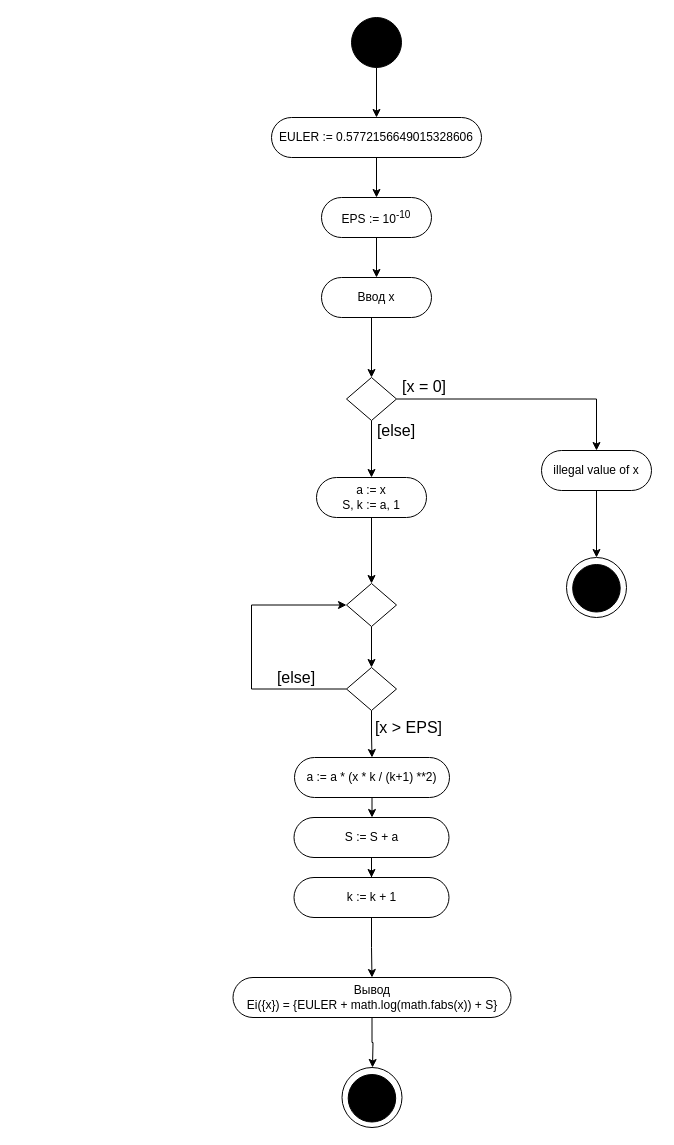
ilya0693/Lab3 keeps this draw.io diagram as individual2-variant-7.drawio. Above is the earlier version. Source tidied: cells renumbered, new cells numbered last; positions are measured from the earlier drawing's top-left corner, leaving out a move shared by most shapes. Both pictures are drawn from the tidied source at 100%, with x=0, y=0 at pixel (233, 17).
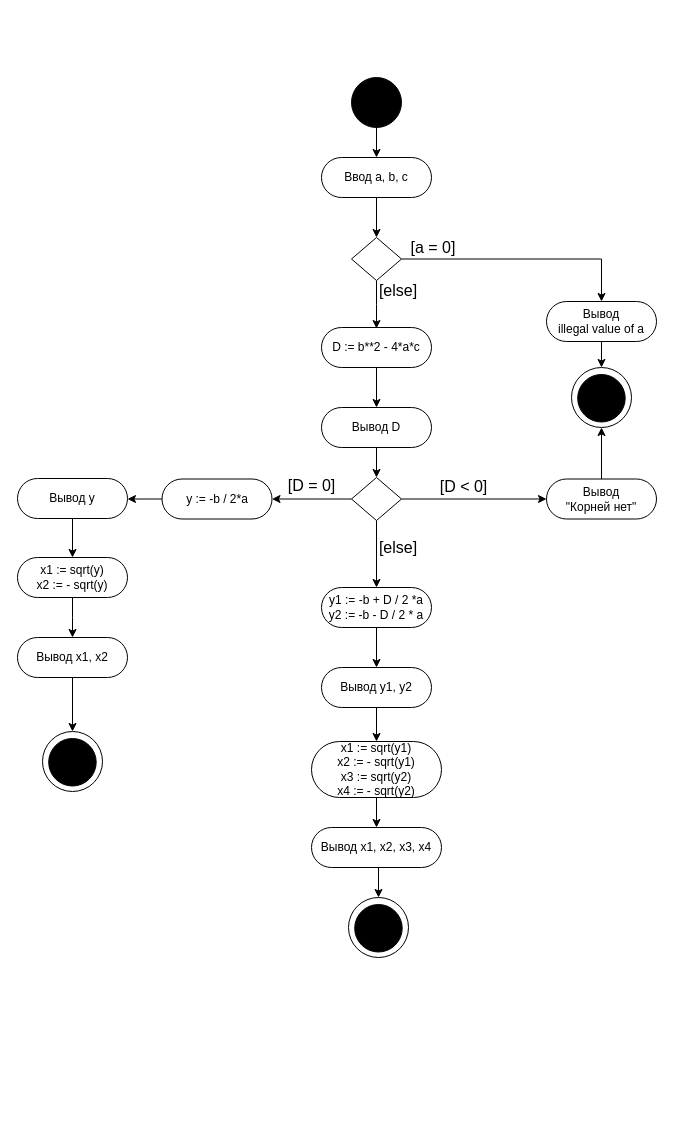
The same diagram, later.

Unchanged cells that the change refers to:
```xml
<mxCell id="14" style="ellipse;whiteSpace=wrap;html=1;gradientColor=none;fontSize=16;fillColor=#FFFFFF;" parent="13" vertex="1">
  <mxGeometry width="60" height="60" as="geometry" />
</mxCell>
<mxCell id="24" style="ellipse;whiteSpace=wrap;html=1;gradientColor=none;fontSize=16;fillColor=#FFFFFF;" parent="23" vertex="1">
  <mxGeometry width="60" height="60" as="geometry" />
</mxCell>
```

Change to the diagram source:
```diff
@@
-    <mxCell id="2" style="edgeStyle=orthogonalEdgeStyle;rounded=0;jettySize=auto;html=1;exitX=0.5;exitY=1;exitDx=0;exitDy=0;entryX=0.5;entryY=0;entryDx=0;entryDy=0;" parent="1" edge="1" source="3" target="28">
-      <mxGeometry relative="1" as="geometry" />
+    <mxCell id="2" style="edgeStyle=orthogonalEdgeStyle;rounded=0;jettySize=auto;html=1;exitX=0.5;exitY=1;exitDx=0;exitDy=0;entryX=0.5;entryY=0;entryDx=0;entryDy=0;" parent="1" edge="1" source="3">
+      <mxGeometry relative="1" as="geometry">
+        <mxPoint x="143" y="140" as="targetPoint" />
+      </mxGeometry>
     </mxCell>
     <mxCell id="3" style="ellipse;whiteSpace=wrap;html=1;fillColor=#000000;" parent="1" vertex="1">
-      <mxGeometry x="118" width="50" height="50" as="geometry" />
+      <mxGeometry x="118" y="60" width="50" height="50" as="geometry" />
     </mxCell>
-    <mxCell id="4" style="edgeStyle=orthogonalEdgeStyle;rounded=0;orthogonalLoop=1;jettySize=auto;html=1;exitX=0.5;exitY=1;exitDx=0;exitDy=0;" parent="1" edge="1">
-      <mxGeometry relative="1" as="geometry">
-        <mxPoint x="138" y="300" as="sourcePoint" />
-        <mxPoint x="138" y="360" as="targetPoint" />
-      </mxGeometry>
-    </mxCell>
+    <mxCell id="40" style="edgeStyle=orthogonalEdgeStyle;rounded=0;jettySize=auto;html=1;exitX=0.5;exitY=1;exitDx=0;exitDy=0;" parent="1" edge="1" source="5" target="8">
+      <mxGeometry relative="1" as="geometry" />
+    </mxCell>
-    <mxCell id="5" value="Ввод x" style="rounded=1;whiteSpace=wrap;html=1;gradientColor=none;fillColor=#FFFFFF;arcSize=50;" parent="1" vertex="1">
-      <mxGeometry x="88" y="260" width="110" height="40" as="geometry" />
+    <mxCell id="5" value="Ввод a, b, c" style="rounded=1;whiteSpace=wrap;html=1;gradientColor=none;fillColor=#FFFFFF;arcSize=50;" parent="1" vertex="1">
+      <mxGeometry x="88" y="140" width="110" height="40" as="geometry" />
     </mxCell>
@@
     <mxCell id="7" style="edgeStyle=orthogonalEdgeStyle;rounded=0;jettySize=auto;html=1;exitX=0.5;exitY=1;exitDx=0;exitDy=0;fontSize=16;" parent="1" edge="1" source="8">
       <mxGeometry relative="1" as="geometry">
-        <mxPoint x="138" y="460" as="targetPoint" />
+        <mxPoint x="143" y="311" as="targetPoint" />
       </mxGeometry>
     </mxCell>
     <mxCell id="8" style="rhombus;whiteSpace=wrap;html=1;fillColor=#FFFFFF;gradientColor=none;" parent="1" vertex="1">
-      <mxGeometry x="113" y="360" width="50" height="43" as="geometry" />
+      <mxGeometry x="118" y="220" width="50" height="43" as="geometry" />
     </mxCell>
-    <mxCell id="9" style="edgeStyle=orthogonalEdgeStyle;rounded=0;jettySize=auto;html=1;exitX=0.5;exitY=1;exitDx=0;exitDy=0;fontSize=16;" parent="1" edge="1" source="10">
-      <mxGeometry relative="1" as="geometry">
-        <mxPoint x="363" y="540" as="targetPoint" />
-      </mxGeometry>
+    <mxCell id="9" style="edgeStyle=orthogonalEdgeStyle;rounded=0;jettySize=auto;html=1;exitX=0.5;exitY=1;exitDx=0;exitDy=0;fontSize=16;entryX=0.5;entryY=0;entryDx=0;entryDy=0;" parent="1" edge="1" source="10" target="14">
+      <mxGeometry relative="1" as="geometry" />
     </mxCell>
-    <mxCell id="10" value="illegal value of x" style="rounded=1;whiteSpace=wrap;html=1;gradientColor=none;fillColor=#FFFFFF;arcSize=50;" parent="1" vertex="1">
-      <mxGeometry x="308" y="433" width="110" height="40" as="geometry" />
+    <mxCell id="10" value="Вывод&lt;br&gt;illegal value of a" style="rounded=1;whiteSpace=wrap;html=1;gradientColor=none;fillColor=#FFFFFF;arcSize=50;" parent="1" vertex="1">
+      <mxGeometry x="313" y="284" width="110" height="40" as="geometry" />
     </mxCell>
-    <mxCell id="11" value="[x = 0]" style="text;html=1;strokeColor=none;fillColor=none;align=center;verticalAlign=middle;whiteSpace=wrap;rounded=0;perimeterSpacing=0;fontSize=16;" parent="1" vertex="1">
-      <mxGeometry x="166" y="359" width="50" height="20" as="geometry" />
+    <mxCell id="11" value="[a = 0]" style="text;html=1;strokeColor=none;fillColor=none;align=center;verticalAlign=middle;whiteSpace=wrap;rounded=0;perimeterSpacing=0;fontSize=16;" parent="1" vertex="1">
+      <mxGeometry x="175" y="220" width="50" height="20" as="geometry" />
     </mxCell>
     <mxCell id="12" value="[else]" style="text;html=1;strokeColor=none;fillColor=none;align=center;verticalAlign=middle;whiteSpace=wrap;rounded=0;perimeterSpacing=0;fontSize=16;" parent="1" vertex="1">
-      <mxGeometry x="138" y="403" width="50" height="20" as="geometry" />
+      <mxGeometry x="139.5" y="263" width="50" height="20" as="geometry" />
     </mxCell>
     <mxCell id="13" style="group;" parent="1" vertex="1">
-      <mxGeometry x="333" y="540" width="60" height="60" as="geometry" />
+      <mxGeometry x="338" y="350" width="60" height="60" as="geometry" />
     </mxCell>
@@
+    <mxCell id="41" style="edgeStyle=orthogonalEdgeStyle;rounded=0;jettySize=auto;html=1;exitX=0.5;exitY=1;exitDx=0;exitDy=0;entryX=0.5;entryY=0;entryDx=0;entryDy=0;" parent="1" edge="1" source="16" target="46">
+      <mxGeometry relative="1" as="geometry" />
+    </mxCell>
-    <mxCell id="16" value="a := x&lt;br&gt;S, k := a, 1" style="rounded=1;whiteSpace=wrap;html=1;gradientColor=none;fillColor=#FFFFFF;arcSize=50;" parent="1" vertex="1">
-      <mxGeometry x="83" y="460" width="110" height="40" as="geometry" />
+    <mxCell id="16" value="D := b**2 - 4*a*c" style="rounded=1;whiteSpace=wrap;html=1;gradientColor=none;fillColor=#FFFFFF;arcSize=50;" parent="1" vertex="1">
+      <mxGeometry x="88" y="310" width="110" height="40" as="geometry" />
     </mxCell>
-    <mxCell id="17" style="edgeStyle=orthogonalEdgeStyle;rounded=0;jettySize=auto;html=1;exitX=0.5;exitY=1;exitDx=0;exitDy=0;entryX=0.5;entryY=0;entryDx=0;entryDy=0;" parent="1" edge="1" source="16" target="21">
-      <mxGeometry relative="1" as="geometry" />
-    </mxCell>
-    <mxCell id="18" style="edgeStyle=orthogonalEdgeStyle;rounded=0;jettySize=auto;html=1;" parent="1" edge="1" source="19" target="35">
-      <mxGeometry relative="1" as="geometry" />
-    </mxCell>
-    <mxCell id="19" value="a := a * (x * k / (k+1) **2)" style="rounded=1;whiteSpace=wrap;html=1;gradientColor=none;fillColor=#FFFFFF;arcSize=50;" parent="1" vertex="1">
-      <mxGeometry x="61" y="740" width="155" height="40" as="geometry" />
-    </mxCell>
-    <mxCell id="20" style="edgeStyle=orthogonalEdgeStyle;rounded=0;jettySize=auto;html=1;exitX=0.5;exitY=1;exitDx=0;exitDy=0;entryX=0.5;entryY=0;entryDx=0;entryDy=0;" parent="1" edge="1" source="21" target="33">
-      <mxGeometry relative="1" as="geometry" />
-    </mxCell>
+    <mxCell id="42" style="edgeStyle=orthogonalEdgeStyle;rounded=0;jettySize=auto;html=1;exitX=1;exitY=0.5;exitDx=0;exitDy=0;entryX=0;entryY=0.5;entryDx=0;entryDy=0;" parent="1" edge="1" source="21" target="49">
+      <mxGeometry relative="1" as="geometry" />
+    </mxCell>
+    <mxCell id="43" style="edgeStyle=orthogonalEdgeStyle;rounded=0;jettySize=auto;html=1;exitX=0.5;exitY=1;exitDx=0;exitDy=0;" parent="1" edge="1" source="21">
+      <mxGeometry relative="1" as="geometry">
+        <mxPoint x="143" y="570" as="targetPoint" />
+      </mxGeometry>
+    </mxCell>
+    <mxCell id="44" style="edgeStyle=orthogonalEdgeStyle;rounded=0;jettySize=auto;html=1;exitX=0;exitY=0.5;exitDx=0;exitDy=0;entryX=1;entryY=0.5;entryDx=0;entryDy=0;" parent="1" edge="1" source="21" target="52">
+      <mxGeometry relative="1" as="geometry" />
+    </mxCell>
     <mxCell id="21" style="rhombus;whiteSpace=wrap;html=1;fillColor=#FFFFFF;gradientColor=none;" parent="1" vertex="1">
-      <mxGeometry x="113" y="566" width="50" height="43" as="geometry" />
+      <mxGeometry x="118" y="460" width="50" height="43" as="geometry" />
     </mxCell>
-    <mxCell id="22" style="edgeStyle=orthogonalEdgeStyle;rounded=0;jettySize=auto;html=1;exitX=0;exitY=0.5;exitDx=0;exitDy=0;entryX=0;entryY=0.5;entryDx=0;entryDy=0;" parent="1" edge="1" source="33" target="21">
-      <mxGeometry relative="1" as="geometry">
-        <Array as="points">
-          <mxPoint x="18" y="672" />
-          <mxPoint x="18" y="588" />
-        </Array>
-      </mxGeometry>
-    </mxCell>
     <mxCell id="23" style="group;" parent="1" vertex="1">
-      <mxGeometry x="108.5" y="1050" width="60" height="60" as="geometry" />
+      <mxGeometry x="115" y="880" width="60" height="60" as="geometry" />
     </mxCell>
@@
     <mxCell id="26" value="[else]" style="text;html=1;strokeColor=none;fillColor=none;align=center;verticalAlign=middle;whiteSpace=wrap;rounded=0;perimeterSpacing=0;fontSize=16;" parent="1" vertex="1">
-      <mxGeometry x="38" y="650" width="50" height="20" as="geometry" />
+      <mxGeometry x="139.5" y="520" width="50" height="20" as="geometry" />
     </mxCell>
-    <mxCell id="27" style="edgeStyle=orthogonalEdgeStyle;rounded=0;jettySize=auto;html=1;entryX=0.5;entryY=0;entryDx=0;entryDy=0;" parent="1" edge="1" source="28" target="30">
-      <mxGeometry relative="1" as="geometry" />
-    </mxCell>
-    <mxCell id="28" value="EULER :=&amp;nbsp;0.5772156649015328606" style="rounded=1;whiteSpace=wrap;html=1;gradientColor=none;fillColor=#FFFFFF;arcSize=50;" parent="1" vertex="1">
-      <mxGeometry x="38" y="100" width="210" height="40" as="geometry" />
-    </mxCell>
-    <mxCell id="29" style="edgeStyle=orthogonalEdgeStyle;rounded=0;jettySize=auto;html=1;entryX=0.5;entryY=0;entryDx=0;entryDy=0;" parent="1" edge="1" source="30" target="5">
-      <mxGeometry relative="1" as="geometry" />
-    </mxCell>
-    <mxCell id="30" value="EPS :=&amp;nbsp;10&lt;sup&gt;-10&lt;/sup&gt;" style="rounded=1;whiteSpace=wrap;html=1;gradientColor=none;fillColor=#FFFFFF;arcSize=50;" parent="1" vertex="1">
-      <mxGeometry x="88" y="180" width="110" height="40" as="geometry" />
-    </mxCell>
-    <mxCell id="31" value="[x &amp;gt; EPS]" style="text;html=1;strokeColor=none;fillColor=none;align=center;verticalAlign=middle;whiteSpace=wrap;rounded=0;perimeterSpacing=0;fontSize=16;" parent="1" vertex="1">
-      <mxGeometry x="138" y="700" width="74.5" height="20" as="geometry" />
-    </mxCell>
-    <mxCell id="32" style="edgeStyle=orthogonalEdgeStyle;rounded=0;jettySize=auto;html=1;exitX=0.5;exitY=1;exitDx=0;exitDy=0;entryX=0.5;entryY=0;entryDx=0;entryDy=0;" parent="1" edge="1" source="33" target="19">
-      <mxGeometry relative="1" as="geometry" />
-    </mxCell>
-    <mxCell id="33" style="rhombus;whiteSpace=wrap;html=1;fillColor=#FFFFFF;gradientColor=none;" parent="1" vertex="1">
-      <mxGeometry x="113" y="650" width="50" height="43" as="geometry" />
-    </mxCell>
-    <mxCell id="34" style="edgeStyle=orthogonalEdgeStyle;rounded=0;jettySize=auto;html=1;" parent="1" edge="1" source="35" target="37">
-      <mxGeometry relative="1" as="geometry" />
-    </mxCell>
-    <mxCell id="35" value="S := S + a" style="rounded=1;whiteSpace=wrap;html=1;gradientColor=none;fillColor=#FFFFFF;arcSize=50;" parent="1" vertex="1">
-      <mxGeometry x="60.5" y="800" width="155" height="40" as="geometry" />
-    </mxCell>
-    <mxCell id="36" style="edgeStyle=orthogonalEdgeStyle;rounded=0;jettySize=auto;html=1;" parent="1" edge="1" source="37" target="39">
-      <mxGeometry relative="1" as="geometry" />
-    </mxCell>
-    <mxCell id="37" value="k := k + 1" style="rounded=1;whiteSpace=wrap;html=1;gradientColor=none;fillColor=#FFFFFF;arcSize=50;" parent="1" vertex="1">
-      <mxGeometry x="60.5" y="860" width="155" height="40" as="geometry" />
-    </mxCell>
-    <mxCell id="38" style="edgeStyle=orthogonalEdgeStyle;rounded=0;jettySize=auto;html=1;exitX=0.5;exitY=1;exitDx=0;exitDy=0;" parent="1" edge="1" source="39">
-      <mxGeometry relative="1" as="geometry">
-        <mxPoint x="139" y="1050" as="targetPoint" />
-      </mxGeometry>
-    </mxCell>
-    <mxCell id="39" value="Вывод&lt;br&gt;Ei({x}) = {EULER + math.log(math.fabs(x)) + S}" style="rounded=1;whiteSpace=wrap;html=1;gradientColor=none;fillColor=#FFFFFF;arcSize=50;" parent="1" vertex="1">
-      <mxGeometry x="-0.5" y="960" width="278" height="40" as="geometry" />
-    </mxCell>
+    <mxCell id="45" style="edgeStyle=orthogonalEdgeStyle;rounded=0;jettySize=auto;html=1;exitX=0.5;exitY=1;exitDx=0;exitDy=0;entryX=0.5;entryY=0;entryDx=0;entryDy=0;" parent="1" edge="1" source="46" target="21">
+      <mxGeometry relative="1" as="geometry" />
+    </mxCell>
+    <mxCell id="46" value="Вывод D" style="rounded=1;whiteSpace=wrap;html=1;gradientColor=none;fillColor=#FFFFFF;arcSize=50;" parent="1" vertex="1">
+      <mxGeometry x="88" y="390" width="110" height="40" as="geometry" />
+    </mxCell>
+    <mxCell id="47" value="[D &amp;lt; 0]" style="text;html=1;strokeColor=none;fillColor=none;align=center;verticalAlign=middle;whiteSpace=wrap;rounded=0;perimeterSpacing=0;fontSize=16;" parent="1" vertex="1">
+      <mxGeometry x="193" y="459" width="74.5" height="20" as="geometry" />
+    </mxCell>
+    <mxCell id="48" style="edgeStyle=orthogonalEdgeStyle;rounded=0;jettySize=auto;html=1;exitX=0.5;exitY=0;exitDx=0;exitDy=0;entryX=0.5;entryY=1;entryDx=0;entryDy=0;" parent="1" edge="1" source="49" target="14">
+      <mxGeometry relative="1" as="geometry" />
+    </mxCell>
+    <mxCell id="49" value="Вывод &lt;br&gt;&quot;Корней нет&quot;" style="rounded=1;whiteSpace=wrap;html=1;gradientColor=none;fillColor=#FFFFFF;arcSize=50;" parent="1" vertex="1">
+      <mxGeometry x="313" y="461.5" width="110" height="40" as="geometry" />
+    </mxCell>
+    <mxCell id="50" value="[D = 0]" style="text;html=1;strokeColor=none;fillColor=none;align=center;verticalAlign=middle;whiteSpace=wrap;rounded=0;perimeterSpacing=0;fontSize=16;" parent="1" vertex="1">
+      <mxGeometry x="40.5" y="458" width="74.5" height="20" as="geometry" />
+    </mxCell>
+    <mxCell id="51" style="edgeStyle=orthogonalEdgeStyle;rounded=0;jettySize=auto;html=1;exitX=0;exitY=0.5;exitDx=0;exitDy=0;entryX=1;entryY=0.5;entryDx=0;entryDy=0;" parent="1" edge="1" source="52" target="54">
+      <mxGeometry relative="1" as="geometry" />
+    </mxCell>
+    <mxCell id="52" value="y := -b / 2*a" style="rounded=1;whiteSpace=wrap;html=1;gradientColor=none;fillColor=#FFFFFF;arcSize=50;" parent="1" vertex="1">
+      <mxGeometry x="-71.5" y="461.5" width="110" height="40" as="geometry" />
+    </mxCell>
+    <mxCell id="53" style="edgeStyle=orthogonalEdgeStyle;rounded=0;jettySize=auto;html=1;exitX=0.5;exitY=1;exitDx=0;exitDy=0;" parent="1" edge="1" source="54" target="56">
+      <mxGeometry relative="1" as="geometry" />
+    </mxCell>
+    <mxCell id="54" value="Вывод y" style="rounded=1;whiteSpace=wrap;html=1;gradientColor=none;fillColor=#FFFFFF;arcSize=50;" parent="1" vertex="1">
+      <mxGeometry x="-216" y="461" width="110" height="40" as="geometry" />
+    </mxCell>
+    <mxCell id="55" style="edgeStyle=orthogonalEdgeStyle;rounded=0;jettySize=auto;html=1;exitX=0.5;exitY=1;exitDx=0;exitDy=0;" parent="1" edge="1" source="56">
+      <mxGeometry relative="1" as="geometry">
+        <mxPoint x="-161" y="620" as="targetPoint" />
+      </mxGeometry>
+    </mxCell>
+    <mxCell id="56" value="x1 := sqrt(y)&lt;br&gt;x2 := - sqrt(y)" style="rounded=1;whiteSpace=wrap;html=1;gradientColor=none;fillColor=#FFFFFF;arcSize=50;" parent="1" vertex="1">
+      <mxGeometry x="-216" y="540" width="110" height="40" as="geometry" />
+    </mxCell>
+    <mxCell id="57" value="Вывод x1, x2" style="rounded=1;whiteSpace=wrap;html=1;gradientColor=none;fillColor=#FFFFFF;arcSize=50;" parent="1" vertex="1">
+      <mxGeometry x="-216" y="620" width="110" height="40" as="geometry" />
+    </mxCell>
+    <mxCell id="58" style="group;" parent="1" vertex="1">
+      <mxGeometry x="-191" y="714" width="60" height="60" as="geometry" />
+    </mxCell>
+    <mxCell id="59" style="ellipse;whiteSpace=wrap;html=1;gradientColor=none;fontSize=16;fillColor=#FFFFFF;" parent="58" vertex="1">
+      <mxGeometry width="60" height="60" as="geometry" />
+    </mxCell>
+    <mxCell id="60" style="ellipse;whiteSpace=wrap;html=1;fontSize=16;fillColor=#000000;" parent="58" vertex="1">
+      <mxGeometry x="6.2" y="7" width="47.5" height="47.5" as="geometry" />
+    </mxCell>
+    <mxCell id="61" style="edgeStyle=orthogonalEdgeStyle;rounded=0;jettySize=auto;html=1;entryX=0.5;entryY=0;entryDx=0;entryDy=0;" parent="1" edge="1" source="57" target="59">
+      <mxGeometry relative="1" as="geometry" />
+    </mxCell>
+    <mxCell id="62" style="edgeStyle=orthogonalEdgeStyle;rounded=0;jettySize=auto;html=1;" parent="1" edge="1" source="63" target="65">
+      <mxGeometry relative="1" as="geometry" />
+    </mxCell>
+    <mxCell id="63" value="y1 := -b + D / 2 *a&lt;br&gt;y2 := -b - D / 2 * a" style="rounded=1;whiteSpace=wrap;html=1;gradientColor=none;fillColor=#FFFFFF;arcSize=50;" parent="1" vertex="1">
+      <mxGeometry x="88" y="570" width="110" height="40" as="geometry" />
+    </mxCell>
+    <mxCell id="64" style="edgeStyle=orthogonalEdgeStyle;rounded=0;jettySize=auto;html=1;" parent="1" edge="1" source="65" target="67">
+      <mxGeometry relative="1" as="geometry" />
+    </mxCell>
+    <mxCell id="65" value="Вывод y1, y2" style="rounded=1;whiteSpace=wrap;html=1;gradientColor=none;fillColor=#FFFFFF;arcSize=50;" parent="1" vertex="1">
+      <mxGeometry x="88" y="650" width="110" height="40" as="geometry" />
+    </mxCell>
+    <mxCell id="66" style="edgeStyle=orthogonalEdgeStyle;rounded=0;jettySize=auto;html=1;exitX=0.5;exitY=1;exitDx=0;exitDy=0;entryX=0.5;entryY=0;entryDx=0;entryDy=0;" parent="1" edge="1" source="67" target="69">
+      <mxGeometry relative="1" as="geometry" />
+    </mxCell>
+    <mxCell id="67" value="x1 := sqrt(y1)&lt;br&gt;x2 := - sqrt(y1)&lt;br&gt;x3 := sqrt(y2)&lt;br&gt;x4 := - sqrt(y2)" style="rounded=1;whiteSpace=wrap;html=1;gradientColor=none;fillColor=#FFFFFF;arcSize=50;" parent="1" vertex="1">
+      <mxGeometry x="78" y="724" width="130" height="56" as="geometry" />
+    </mxCell>
+    <mxCell id="68" style="edgeStyle=orthogonalEdgeStyle;rounded=0;jettySize=auto;html=1;exitX=0.5;exitY=1;exitDx=0;exitDy=0;entryX=0.5;entryY=0;entryDx=0;entryDy=0;" parent="1" edge="1" source="69" target="24">
+      <mxGeometry relative="1" as="geometry" />
+    </mxCell>
+    <mxCell id="69" value="Вывод x1, x2, x3, x4" style="rounded=1;whiteSpace=wrap;html=1;gradientColor=none;fillColor=#FFFFFF;arcSize=50;" parent="1" vertex="1">
+      <mxGeometry x="78" y="810" width="130" height="40" as="geometry" />
+    </mxCell>
```
